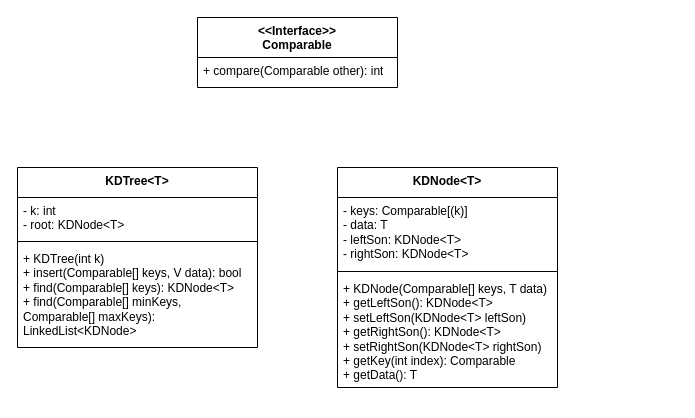
This is doc/UML/KDTreeUML.drawio from juraj-n/ADS2, a draw.io file, before an edit. Source tidied: cells renumbered, new cells numbered last; positions are measured from the earlier drawing's top-left corner, leaving out a move shared by most shapes. Both pictures are drawn from the tidied source at 100%, with x=0, y=0 at pixel (17, 17).
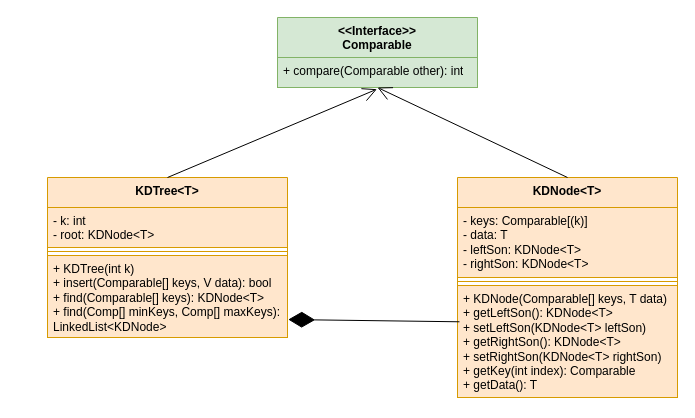
The same diagram, later.

Commit message (it also covers changes not shown here):
UML cleanup

The edit, as a diff of the source:
```diff
@@
 <mxGraphModel>
   <root>
     <mxCell id="0" />
     <mxCell id="1" parent="0" />
-    <mxCell id="2" value="KDTree&lt;span style=&quot;background-color: transparent; color: light-dark(rgb(0, 0, 0), rgb(255, 255, 255));&quot;&gt;&amp;lt;T&amp;gt;&lt;/span&gt;" style="swimlane;fontStyle=1;align=center;verticalAlign=top;horizontal=1;startSize=30;whiteSpace=wrap;html=1;" parent="1" vertex="1">
-      <mxGeometry y="150" width="240" height="180" as="geometry" />
+    <mxCell id="2" value="KDTree&lt;span style=&quot;background-color: transparent; color: light-dark(rgb(0, 0, 0), rgb(255, 255, 255));&quot;&gt;&amp;lt;T&amp;gt;&lt;/span&gt;" style="swimlane;fontStyle=1;align=center;verticalAlign=top;horizontal=1;startSize=30;whiteSpace=wrap;html=1;fillColor=#ffe6cc;strokeColor=#d79b00;" parent="1" vertex="1">
+      <mxGeometry x="30" y="160" width="240" height="160" as="geometry" />
     </mxCell>
-    <mxCell id="3" value="- k: int&lt;div&gt;- root: KDNode&amp;lt;T&amp;gt;&lt;/div&gt;" style="text;strokeColor=none;fillColor=none;align=left;verticalAlign=top;spacingLeft=4;spacingRight=4;overflow=hidden;whiteSpace=wrap;html=1;" parent="2" vertex="1">
+    <mxCell id="3" value="- k: int&lt;div&gt;- root: KDNode&amp;lt;T&amp;gt;&lt;/div&gt;" style="text;strokeColor=#d79b00;fillColor=#ffe6cc;align=left;verticalAlign=top;spacingLeft=4;spacingRight=4;overflow=hidden;whiteSpace=wrap;html=1;" parent="2" vertex="1">
       <mxGeometry y="30" width="240" height="40" as="geometry" />
     </mxCell>
-    <mxCell id="4" style="line;strokeWidth=1;fillColor=none;align=left;verticalAlign=middle;spacingTop=-1;spacingLeft=3;spacingRight=3;labelPosition=right;strokeColor=inherit;" parent="2" vertex="1">
+    <mxCell id="4" style="line;strokeWidth=1;fillColor=#ffe6cc;align=left;verticalAlign=middle;spacingTop=-1;spacingLeft=3;spacingRight=3;labelPosition=right;strokeColor=#d79b00;" parent="2" vertex="1">
       <mxGeometry y="70" width="240" height="8" as="geometry" />
     </mxCell>
-    <mxCell id="5" value="+ KDTree(int k)&lt;div&gt;+ insert(Comparable[] keys, V data): bool&lt;/div&gt;&lt;div&gt;+ find(Comparable[] keys): KDNode&amp;lt;T&amp;gt;&lt;/div&gt;&lt;div&gt;+ find(Comparable[] minKeys, Comparable[] maxKeys): LinkedList&amp;lt;KDNode&amp;gt;&lt;/div&gt;" style="text;strokeColor=none;fillColor=none;align=left;verticalAlign=top;spacingLeft=4;spacingRight=4;overflow=hidden;points=[[0,0.5],[1,0.5]];portConstraint=eastwest;whiteSpace=wrap;html=1;" parent="2" vertex="1">
-      <mxGeometry y="78" width="240" height="102" as="geometry" />
+    <mxCell id="5" value="+ KDTree(int k)&lt;div&gt;+ insert(Comparable[] keys, V data): bool&lt;/div&gt;&lt;div&gt;+ find(Comparable[] keys): KDNode&amp;lt;T&amp;gt;&lt;/div&gt;&lt;div&gt;+ find(Comp[] minKeys, Comp[] maxKeys): LinkedList&amp;lt;KDNode&amp;gt;&lt;/div&gt;" style="text;strokeColor=#d79b00;fillColor=#ffe6cc;align=left;verticalAlign=top;spacingLeft=4;spacingRight=4;overflow=hidden;points=[[0,0.5],[1,0.5]];portConstraint=eastwest;whiteSpace=wrap;html=1;" parent="2" vertex="1">
+      <mxGeometry y="78" width="240" height="82" as="geometry" />
     </mxCell>
-    <mxCell id="6" value="KDNode&lt;span style=&quot;background-color: transparent; color: light-dark(rgb(0, 0, 0), rgb(255, 255, 255));&quot;&gt;&amp;lt;T&amp;gt;&lt;/span&gt;" style="swimlane;fontStyle=1;align=center;verticalAlign=top;horizontal=1;startSize=30;whiteSpace=wrap;html=1;" parent="1" vertex="1">
-      <mxGeometry x="320" y="150" width="220" height="220" as="geometry" />
+    <mxCell id="6" value="KDNode&lt;span style=&quot;background-color: transparent; color: light-dark(rgb(0, 0, 0), rgb(255, 255, 255));&quot;&gt;&amp;lt;T&amp;gt;&lt;/span&gt;" style="swimlane;fontStyle=1;align=center;verticalAlign=top;horizontal=1;startSize=30;whiteSpace=wrap;html=1;fillColor=#ffe6cc;strokeColor=#d79b00;" parent="1" vertex="1">
+      <mxGeometry x="440" y="160" width="220" height="220" as="geometry" />
     </mxCell>
-    <mxCell id="7" value="- keys: Comparable[(k)]&lt;div&gt;- data: T&lt;br&gt;&lt;div&gt;- leftSon: KDNode&lt;span style=&quot;background-color: transparent; color: light-dark(rgb(0, 0, 0), rgb(255, 255, 255));&quot;&gt;&amp;lt;T&amp;gt;&lt;/span&gt;&lt;/div&gt;&lt;div&gt;- rightSon: KDNode&lt;span style=&quot;background-color: transparent; color: light-dark(rgb(0, 0, 0), rgb(255, 255, 255));&quot;&gt;&amp;lt;T&amp;gt;&lt;/span&gt;&lt;/div&gt;&lt;/div&gt;" style="text;strokeColor=none;fillColor=none;align=left;verticalAlign=top;spacingLeft=4;spacingRight=4;overflow=hidden;whiteSpace=wrap;html=1;" parent="6" vertex="1">
+    <mxCell id="7" value="- keys: Comparable[(k)]&lt;div&gt;- data: T&lt;br&gt;&lt;div&gt;- leftSon: KDNode&lt;span style=&quot;background-color: transparent; color: light-dark(rgb(0, 0, 0), rgb(255, 255, 255));&quot;&gt;&amp;lt;T&amp;gt;&lt;/span&gt;&lt;/div&gt;&lt;div&gt;- rightSon: KDNode&lt;span style=&quot;background-color: transparent; color: light-dark(rgb(0, 0, 0), rgb(255, 255, 255));&quot;&gt;&amp;lt;T&amp;gt;&lt;/span&gt;&lt;/div&gt;&lt;/div&gt;" style="text;strokeColor=#d79b00;fillColor=#ffe6cc;align=left;verticalAlign=top;spacingLeft=4;spacingRight=4;overflow=hidden;whiteSpace=wrap;html=1;" parent="6" vertex="1">
       <mxGeometry y="30" width="220" height="70" as="geometry" />
     </mxCell>
     <mxCell id="8" style="line;strokeWidth=1;fillColor=none;align=left;verticalAlign=middle;spacingTop=-1;spacingLeft=3;spacingRight=3;labelPosition=right;strokeColor=inherit;" parent="6" vertex="1">
       <mxGeometry y="100" width="220" height="8" as="geometry" />
     </mxCell>
-    <mxCell id="9" value="&lt;div&gt;+ KDNode(Comparable[] keys, T data)&lt;/div&gt;&lt;div&gt;&lt;div&gt;+ getLeftSon(): KDNode&amp;lt;T&amp;gt;&lt;/div&gt;&lt;div&gt;+ setLeftSon(KDNode&amp;lt;T&amp;gt; leftSon)&lt;/div&gt;&lt;div&gt;+ getRightSon(): KDNode&amp;lt;T&amp;gt;&lt;/div&gt;&lt;/div&gt;&lt;div&gt;+ setRightSon(KDNode&amp;lt;T&amp;gt; rightSon)&lt;/div&gt;&lt;div&gt;&lt;div&gt;+ getKey(int index): Comparable&lt;/div&gt;&lt;div&gt;&lt;span style=&quot;background-color: transparent; color: light-dark(rgb(0, 0, 0), rgb(255, 255, 255));&quot;&gt;+ getData(): T&lt;/span&gt;&lt;/div&gt;&lt;div&gt;&lt;br&gt;&lt;/div&gt;&lt;/div&gt;" style="text;strokeColor=none;fillColor=none;align=left;verticalAlign=top;spacingLeft=4;spacingRight=4;overflow=hidden;points=[[0,0.5],[1,0.5]];portConstraint=eastwest;whiteSpace=wrap;html=1;" parent="6" vertex="1">
+    <mxCell id="9" value="&lt;div&gt;+ KDNode(Comparable[] keys, T data)&lt;/div&gt;&lt;div&gt;&lt;div&gt;+ getLeftSon(): KDNode&amp;lt;T&amp;gt;&lt;/div&gt;&lt;div&gt;+ setLeftSon(KDNode&amp;lt;T&amp;gt; leftSon)&lt;/div&gt;&lt;div&gt;+ getRightSon(): KDNode&amp;lt;T&amp;gt;&lt;/div&gt;&lt;/div&gt;&lt;div&gt;+ setRightSon(KDNode&amp;lt;T&amp;gt; rightSon)&lt;/div&gt;&lt;div&gt;&lt;div&gt;+ getKey(int index): Comparable&lt;/div&gt;&lt;div&gt;&lt;span style=&quot;background-color: transparent; color: light-dark(rgb(0, 0, 0), rgb(255, 255, 255));&quot;&gt;+ getData(): T&lt;/span&gt;&lt;/div&gt;&lt;div&gt;&lt;br&gt;&lt;/div&gt;&lt;/div&gt;" style="text;strokeColor=#d79b00;fillColor=#ffe6cc;align=left;verticalAlign=top;spacingLeft=4;spacingRight=4;overflow=hidden;points=[[0,0.5],[1,0.5]];portConstraint=eastwest;whiteSpace=wrap;html=1;" parent="6" vertex="1">
       <mxGeometry y="108" width="220" height="112" as="geometry" />
     </mxCell>
-    <mxCell id="10" value="&amp;lt;&amp;lt;Interface&amp;gt;&amp;gt;&lt;div&gt;Comparable&lt;/div&gt;" style="swimlane;fontStyle=1;align=center;verticalAlign=top;horizontal=1;startSize=40;whiteSpace=wrap;html=1;" parent="1" vertex="1">
-      <mxGeometry x="180" width="200" height="70" as="geometry" />
+    <mxCell id="10" value="&amp;lt;&amp;lt;Interface&amp;gt;&amp;gt;&lt;div&gt;Comparable&lt;/div&gt;" style="swimlane;fontStyle=1;align=center;verticalAlign=top;horizontal=1;startSize=40;whiteSpace=wrap;html=1;fillColor=#d5e8d4;strokeColor=#82b366;" parent="1" vertex="1">
+      <mxGeometry x="260" width="200" height="70" as="geometry" />
     </mxCell>
-    <mxCell id="11" value="+ compare(Comparable other): int" style="text;strokeColor=none;fillColor=none;align=left;verticalAlign=top;spacingLeft=4;spacingRight=4;overflow=hidden;points=[[0,0.5],[1,0.5]];portConstraint=eastwest;whiteSpace=wrap;html=1;" parent="10" vertex="1">
+    <mxCell id="11" value="+ compare(Comparable other): int" style="text;strokeColor=#82b366;fillColor=#d5e8d4;align=left;verticalAlign=top;spacingLeft=4;spacingRight=4;overflow=hidden;points=[[0,0.5],[1,0.5]];portConstraint=eastwest;whiteSpace=wrap;html=1;" parent="10" vertex="1">
       <mxGeometry y="40" width="200" height="30" as="geometry" />
     </mxCell>
+    <mxCell id="12" style="endArrow=diamondThin;endFill=1;endSize=24;html=1;rounded=0;exitX=0.009;exitY=0.324;exitDx=0;exitDy=0;entryX=1.003;entryY=0.781;entryDx=0;entryDy=0;entryPerimeter=0;exitPerimeter=0;" parent="1" edge="1" source="9" target="5">
+      <mxGeometry relative="1" as="geometry" />
+    </mxCell>
+    <mxCell id="13" style="endArrow=open;endFill=1;endSize=12;html=1;rounded=0;entryX=0.497;entryY=1.056;entryDx=0;entryDy=0;entryPerimeter=0;exitX=0.5;exitY=0;exitDx=0;exitDy=0;" parent="1" edge="1" source="2" target="11">
+      <mxGeometry relative="1" as="geometry" />
+    </mxCell>
+    <mxCell id="14" style="endArrow=open;endFill=1;endSize=12;html=1;rounded=0;entryX=0.5;entryY=1;entryDx=0;entryDy=0;exitX=0.5;exitY=0;exitDx=0;exitDy=0;" parent="1" edge="1" source="6" target="10">
+      <mxGeometry relative="1" as="geometry" />
+    </mxCell>
   </root>
 </mxGraphModel>
```
